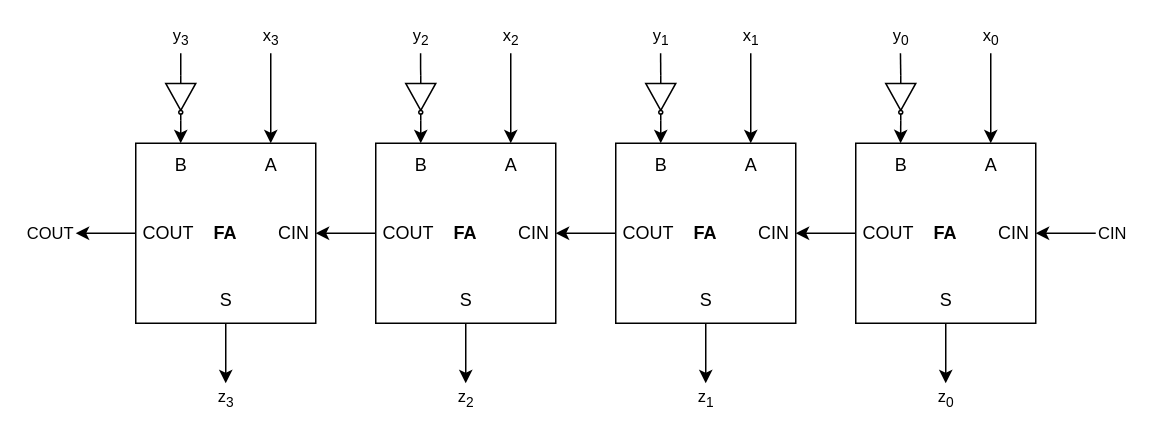
The draw.io diagram 01_doc/03_drawings/01_design/butterfly/subtracter.drawio in Diogofernandes5/mthesis, before the edit. Source tidied: cells renumbered, new cells numbered last; positions are measured from the earlier drawing's top-left corner, leaving out a move shared by most shapes. Both pictures are drawn from the tidied source at 150%, with x=0, y=0 at pixel (75, 52).
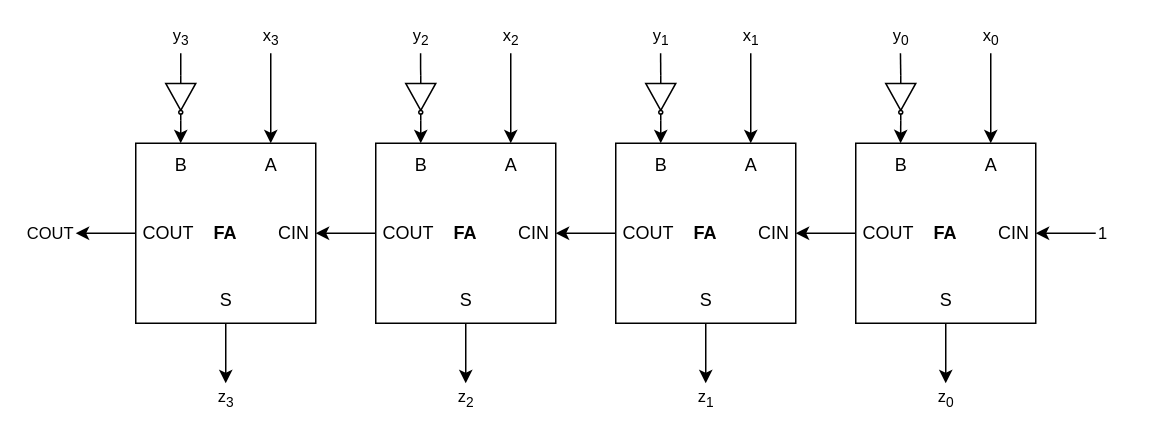
After the change.

Unchanged cells that the change refers to:
```xml
<mxCell id="4" value="CIN" style="text;html=1;align=right;verticalAlign=middle;points=[];strokeColor=none;fillColor=none;spacingRight=3;spacingLeft=-9;" parent="1" vertex="1">
  <mxGeometry x="610" y="105" width="30" height="30" as="geometry" />
</mxCell>
```

Change to the diagram source:
```diff
@@
-    <mxCell id="3" value="CIN" style="edgeStyle=orthogonalEdgeStyle;rounded=0;jettySize=auto;html=1;align=left;" parent="1" edge="1" target="4">
+    <mxCell id="3" value="1" style="edgeStyle=orthogonalEdgeStyle;rounded=0;jettySize=auto;html=1;align=left;" parent="1" edge="1" target="4">
       <mxGeometry x="-1" relative="1" as="geometry">
         <mxPoint x="680" y="120" as="sourcePoint" />
         <Array as="points">
           <mxPoint x="670" y="120" />
           <mxPoint x="670" y="120" />
         </Array>
       </mxGeometry>
     </mxCell>
```
